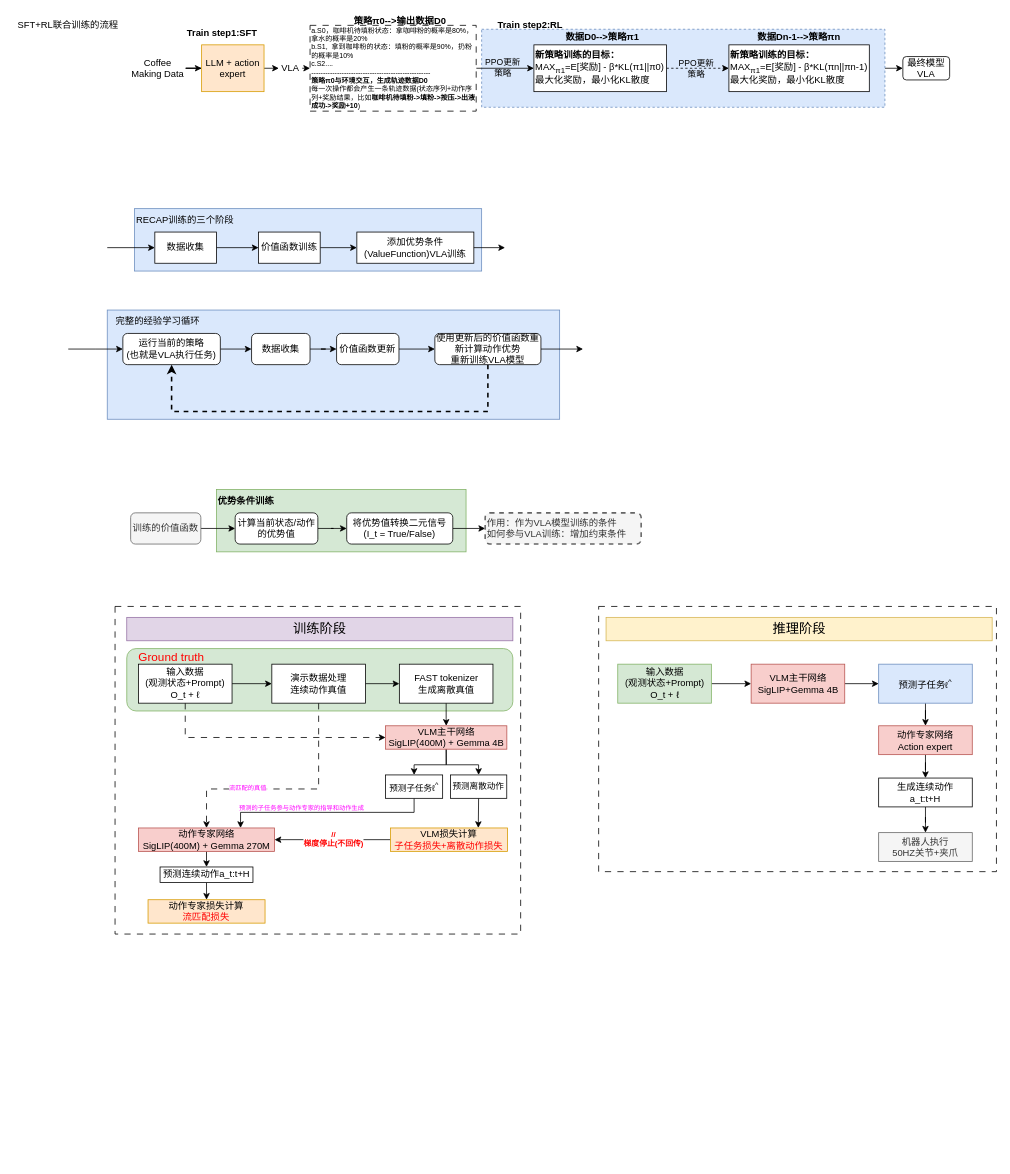
Earlier version of the draw.io diagram LLM/VLA/π*0.6.drawio (mailonghua/drawio). Source tidied: cells renumbered, new cells numbered last; positions are measured from the earlier drawing's top-left corner, leaving out a move shared by most shapes. Both pictures are drawn from the tidied source at 78%, with x=0, y=0 at pixel (13, 13).
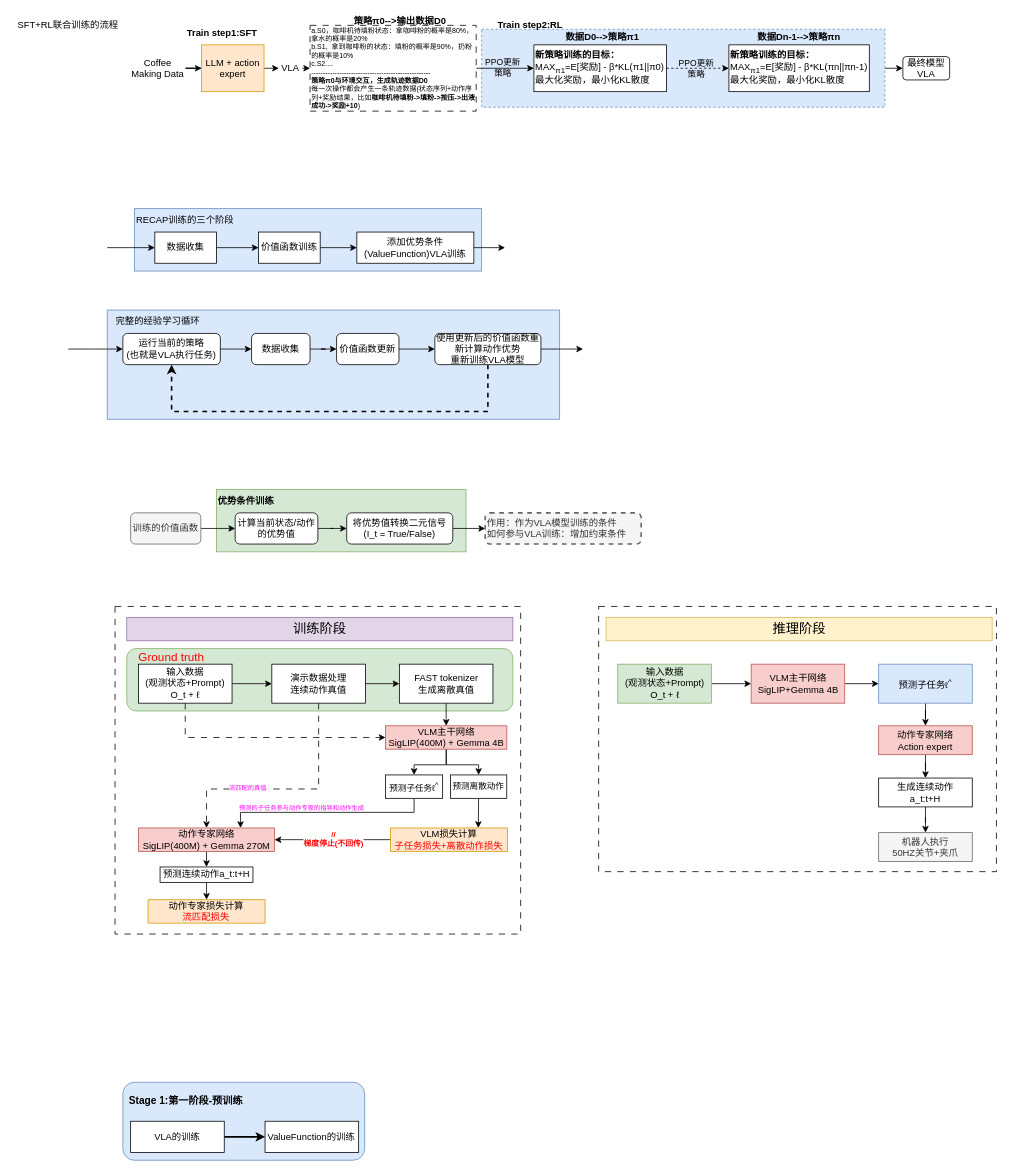
After the change.

What changed in the source:
```diff
@@
+    <mxCell id="96" style="rounded=1;whiteSpace=wrap;html=1;fillColor=#dae8fc;strokeColor=#6c8ebf;" parent="1" vertex="1">
+      <mxGeometry x="140" y="1370" width="310" height="100" as="geometry" />
+    </mxCell>
@@
+    <mxCell id="97" style="edgeStyle=orthogonalEdgeStyle;rounded=0;jettySize=auto;html=1;exitX=1;exitY=0.5;exitDx=0;exitDy=0;entryX=0;entryY=0.5;entryDx=0;entryDy=0;strokeWidth=2;" parent="1" edge="1" source="98" target="99">
+      <mxGeometry relative="1" as="geometry" />
+    </mxCell>
+    <mxCell id="98" value="VLA的训练" style="rounded=0;whiteSpace=wrap;html=1;" parent="1" vertex="1">
+      <mxGeometry x="150" y="1420" width="120" height="40" as="geometry" />
+    </mxCell>
+    <mxCell id="99" value="ValueFunction的训练" style="rounded=0;whiteSpace=wrap;html=1;" parent="1" vertex="1">
+      <mxGeometry x="322.3" y="1420" width="120" height="40" as="geometry" />
+    </mxCell>
+    <mxCell id="100" value="Stage 1:第一阶段-预训练" style="text;html=1;whiteSpace=wrap;strokeColor=none;fillColor=none;align=center;verticalAlign=middle;rounded=0;fontStyle=1;fontSize=13;" parent="1" vertex="1">
+      <mxGeometry x="145.5" y="1379" width="150" height="30" as="geometry" />
+    </mxCell>
```
